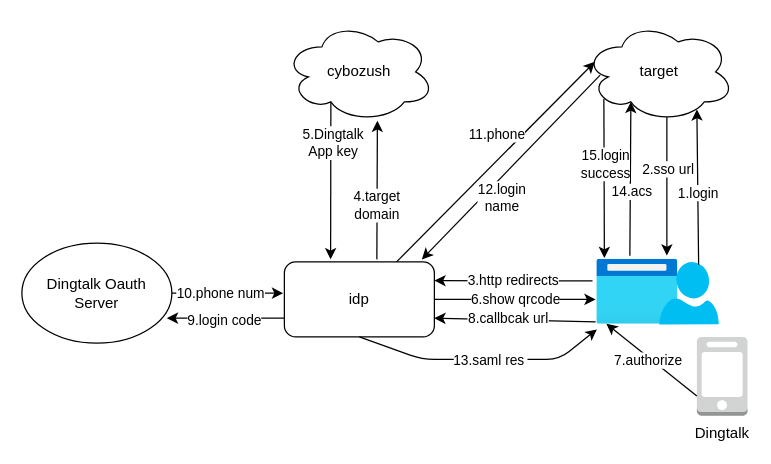
This is sso.dio from kintone-samples/SAMPLE-kintone-dingtalk-idp-cn, a draw.io file, before an edit. Source tidied: cells renumbered, new cells numbered last; positions are measured from the earlier drawing's top-left corner, leaving out a move shared by most shapes. Both pictures are drawn from the tidied source at 125%, with x=0, y=0 at pixel (21, 21).
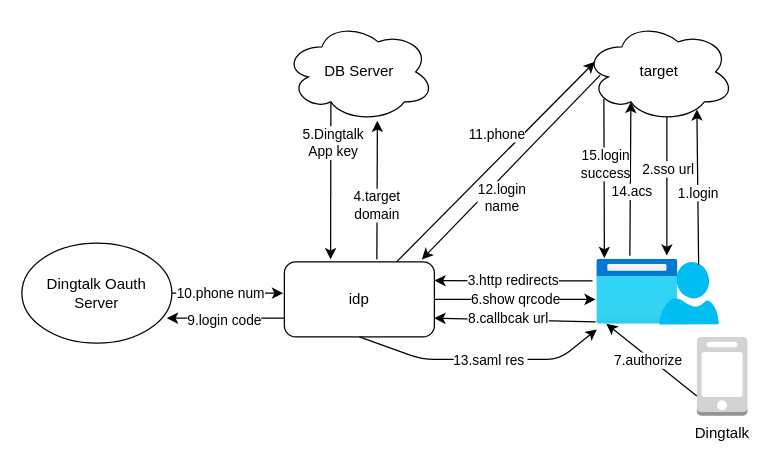
After the change.

Diff of the diagram source:
```diff
@@
-    <mxCell id="7" value="cybozush" style="ellipse;shape=cloud;whiteSpace=wrap;html=1;" parent="1" vertex="1">
+    <mxCell id="7" value="DB Server" style="ellipse;shape=cloud;whiteSpace=wrap;html=1;" parent="1" vertex="1">
       <mxGeometry x="210" width="120" height="80" as="geometry" />
     </mxCell>
```
